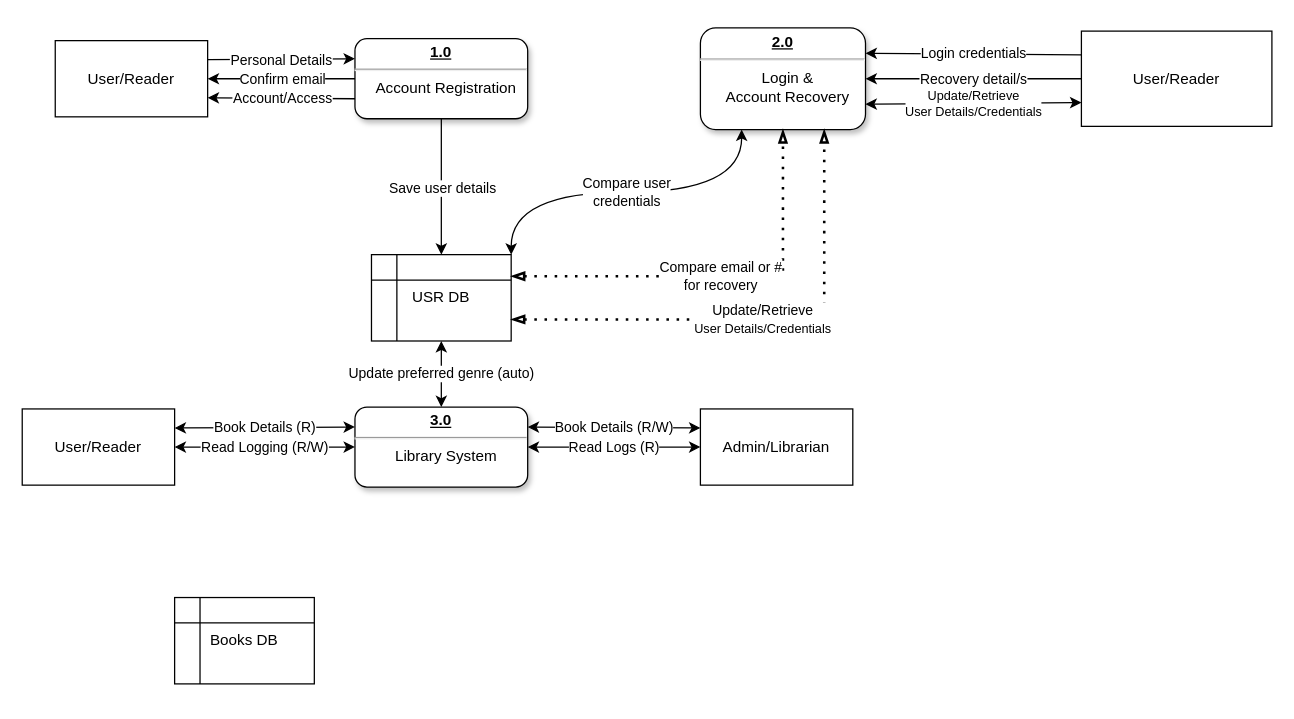
This is DFD Level 0.drawio from vjdato21/im-diagram, a draw.io file, before an edit. Source tidied: cells renumbered, new cells numbered last; positions are measured from the earlier drawing's top-left corner, leaving out a move shared by most shapes. Both pictures are drawn from the tidied source at 127%, with x=0, y=0 at pixel (22, 28).
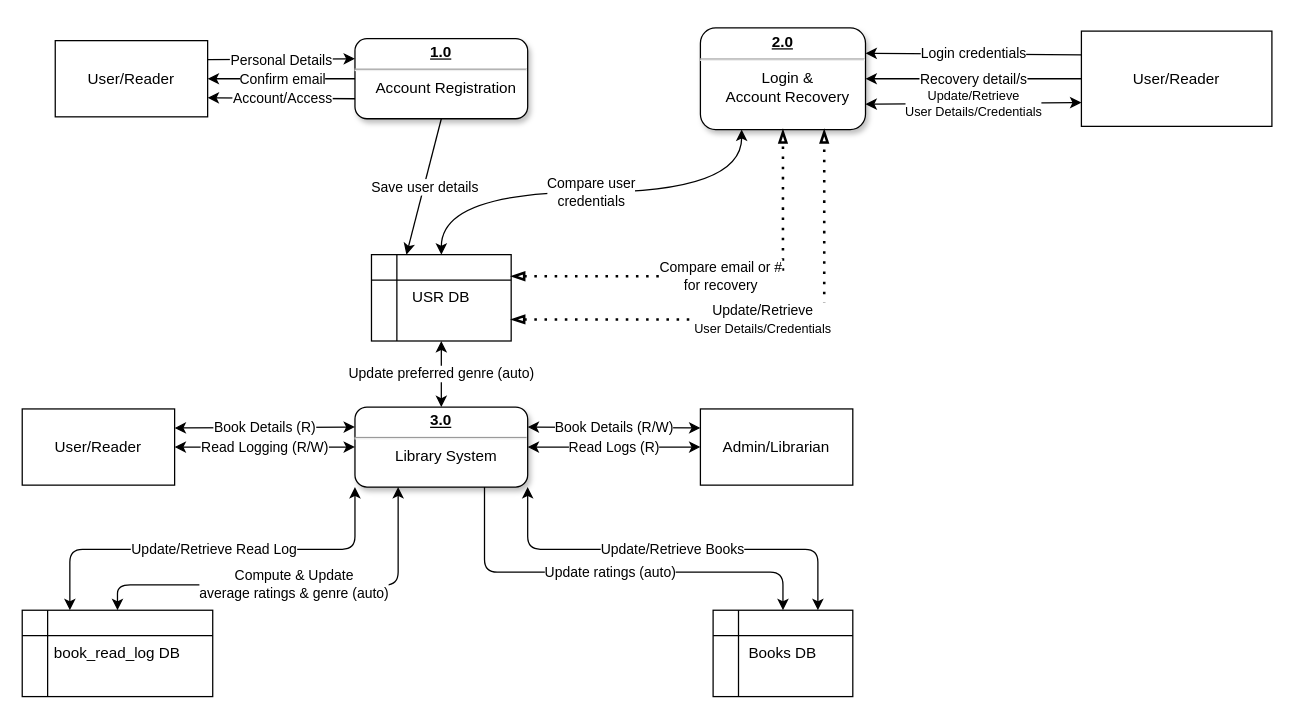
The same page after the edit.

The change refers to these unchanged cells:
```xml
<mxCell id="2" value="&lt;p style=&quot;margin: 0px; margin-top: 4px; text-align: center; text-decoration: underline;&quot;&gt;&lt;b&gt;2.0&lt;/b&gt;&lt;/p&gt;&lt;hr&gt;&lt;p style=&quot;text-align: center; margin: 0px 0px 0px 8px;&quot;&gt;Login &amp;amp;&lt;/p&gt;&lt;p style=&quot;text-align: center; margin: 0px 0px 0px 8px;&quot;&gt;Account Recovery&lt;/p&gt;" style="verticalAlign=top;align=left;overflow=fill;fontSize=12;fontFamily=Helvetica;html=1;shadow=1;rounded=1;labelBackgroundColor=none;" parent="1" vertex="1">
  <mxGeometry x="534" y="-0.5" width="130" height="80" as="geometry" />
</mxCell>
<mxCell id="3" value="&lt;p style=&quot;margin: 4px 0px 0px; text-decoration: underline;&quot;&gt;&lt;strong&gt;1.0&lt;/strong&gt;&lt;/p&gt;&lt;hr&gt;&lt;p style=&quot;margin: 0px; margin-left: 8px;&quot;&gt;Account Registration&lt;/p&gt;" style="verticalAlign=top;align=center;overflow=fill;fontSize=12;fontFamily=Helvetica;html=1;shadow=1;rounded=1;labelBackgroundColor=none;" parent="1" vertex="1">
  <mxGeometry x="262" y="8" width="136" height="63" as="geometry" />
</mxCell>
<mxCell id="13" value="USR DB" style="shape=internalStorage;whiteSpace=wrap;html=1;backgroundOutline=1;" parent="1" vertex="1">
  <mxGeometry x="275" y="178" width="110" height="68" as="geometry" />
</mxCell>
<mxCell id="22" value="&lt;p style=&quot;margin: 4px 0px 0px; text-decoration: underline;&quot;&gt;&lt;strong&gt;3.0&lt;/strong&gt;&lt;/p&gt;&lt;hr&gt;&lt;p style=&quot;margin: 0px; margin-left: 8px;&quot;&gt;Library System&lt;/p&gt;" style="verticalAlign=top;align=center;overflow=fill;fontSize=12;fontFamily=Helvetica;html=1;shadow=1;rounded=1;labelBackgroundColor=none;" parent="1" vertex="1">
  <mxGeometry x="262" y="298" width="136" height="63" as="geometry" />
</mxCell>
```

Change to the diagram source:
```diff
@@
-    <mxCell id="11" style="endArrow=classic;html=1;rounded=0;exitX=0.5;exitY=1;exitDx=0;exitDy=0;entryX=0.5;entryY=0;entryDx=0;entryDy=0;" parent="1" edge="1" source="3" target="13">
+    <mxCell id="11" style="endArrow=classic;html=1;rounded=0;exitX=0.5;exitY=1;exitDx=0;exitDy=0;entryX=0.25;entryY=0;entryDx=0;entryDy=0;" parent="1" edge="1" source="3" target="13">
       <mxGeometry relative="1" as="geometry" />
     </mxCell>
@@
-    <mxCell id="15" style="endArrow=classic;html=1;entryX=1;entryY=0;entryDx=0;entryDy=0;exitX=0.25;exitY=1;exitDx=0;exitDy=0;startArrow=classic;startFill=1;edgeStyle=orthogonalEdgeStyle;elbow=vertical;curved=1;" parent="1" edge="1" source="2" target="13">
+    <mxCell id="15" style="endArrow=classic;html=1;entryX=0.5;entryY=0;entryDx=0;entryDy=0;exitX=0.25;exitY=1;exitDx=0;exitDy=0;startArrow=classic;startFill=1;edgeStyle=orthogonalEdgeStyle;elbow=vertical;curved=1;" parent="1" edge="1" source="2" target="13">
       <mxGeometry relative="1" as="geometry" />
     </mxCell>
@@
-    <mxCell id="30" value="Books DB" style="shape=internalStorage;whiteSpace=wrap;html=1;backgroundOutline=1;" parent="1" vertex="1">
-      <mxGeometry x="120" y="448" width="110" height="68" as="geometry" />
+    <mxCell id="30" value="book_read_log DB" style="shape=internalStorage;whiteSpace=wrap;html=1;backgroundOutline=1;" parent="1" vertex="1">
+      <mxGeometry y="458" width="150" height="68" as="geometry" />
     </mxCell>
+    <mxCell id="31" value="Books DB" style="shape=internalStorage;whiteSpace=wrap;html=1;backgroundOutline=1;" parent="1" vertex="1">
+      <mxGeometry x="544" y="458" width="110" height="68" as="geometry" />
+    </mxCell>
+    <mxCell id="32" value="Update/Retrieve Read Log" style="endArrow=classic;startArrow=classic;html=1;rounded=1;entryX=0;entryY=1;entryDx=0;entryDy=0;exitX=0.25;exitY=0;exitDx=0;exitDy=0;edgeStyle=elbowEdgeStyle;elbow=vertical;" parent="1" edge="1" source="30" target="22">
+      <mxGeometry relative="1" as="geometry" />
+    </mxCell>
+    <mxCell id="33" value="Compute &amp;amp; Update&lt;br&gt;average ratings &amp;amp; genre (auto)" style="endArrow=classic;startArrow=classic;html=1;rounded=1;entryX=0.25;entryY=1;entryDx=0;entryDy=0;exitX=0.5;exitY=0;exitDx=0;exitDy=0;edgeStyle=elbowEdgeStyle;elbow=vertical;" parent="1" edge="1" source="30" target="22">
+      <mxGeometry relative="1" as="geometry">
+        <Array as="points">
+          <mxPoint x="100" y="438" />
+          <mxPoint x="200" y="428" />
+        </Array>
+      </mxGeometry>
+    </mxCell>
+    <mxCell id="34" value="Update/Retrieve Books" style="endArrow=classic;startArrow=classic;html=1;rounded=1;entryX=1;entryY=1;entryDx=0;entryDy=0;exitX=0.75;exitY=0;exitDx=0;exitDy=0;edgeStyle=elbowEdgeStyle;elbow=vertical;" parent="1" edge="1" source="31" target="22">
+      <mxGeometry relative="1" as="geometry" />
+    </mxCell>
+    <mxCell id="35" value="Update ratings (auto)" style="endArrow=none;startArrow=classic;html=1;rounded=1;entryX=0.75;entryY=1;entryDx=0;entryDy=0;exitX=0.5;exitY=0;exitDx=0;exitDy=0;edgeStyle=orthogonalEdgeStyle;endFill=0;" parent="1" edge="1" source="31" target="22">
+      <mxGeometry relative="1" as="geometry">
+        <Array as="points">
+          <mxPoint x="599" y="428" />
+          <mxPoint x="364" y="428" />
+        </Array>
+      </mxGeometry>
+    </mxCell>
```
